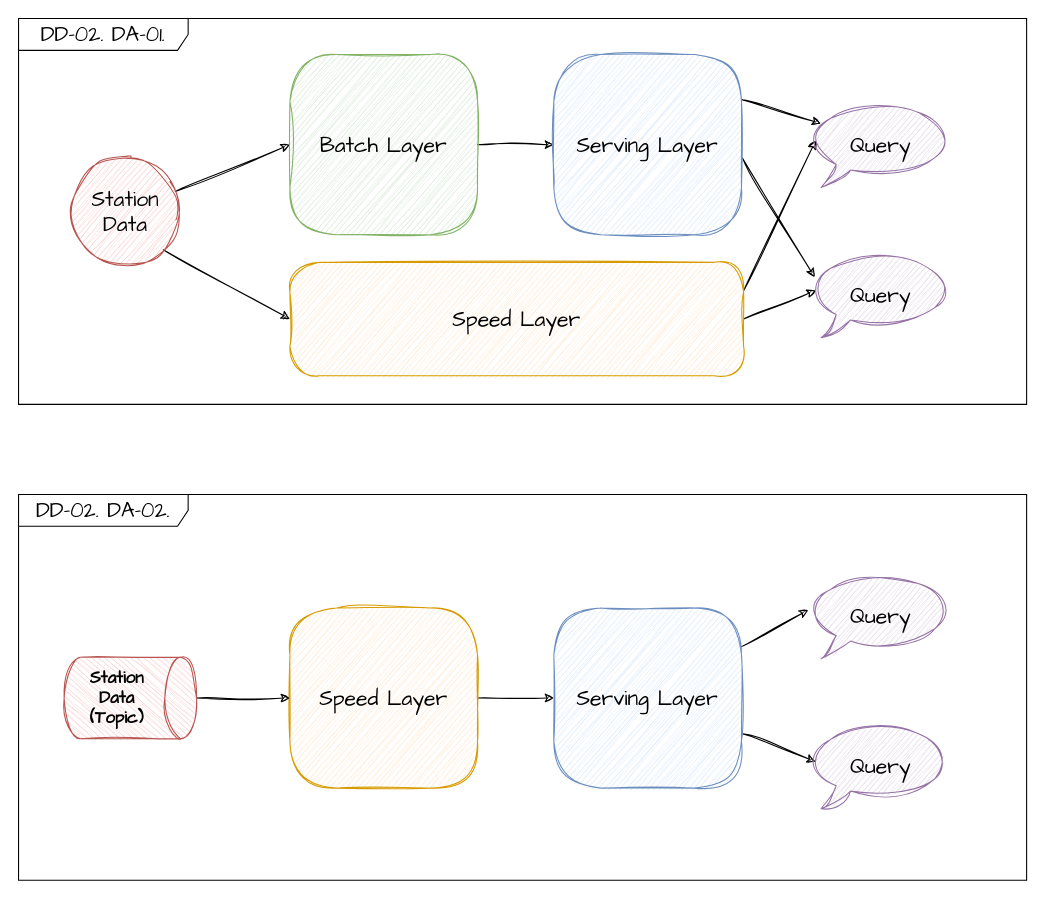
The draw.io diagram DD/DD-02.drawio in coldmu/aa_exam, before the edit. Source tidied: cells renumbered, new cells numbered last; positions are measured from the earlier drawing's top-left corner, leaving out a move shared by most shapes. Both pictures are drawn from the tidied source at 106%, with x=0, y=0 at pixel (18, 18).
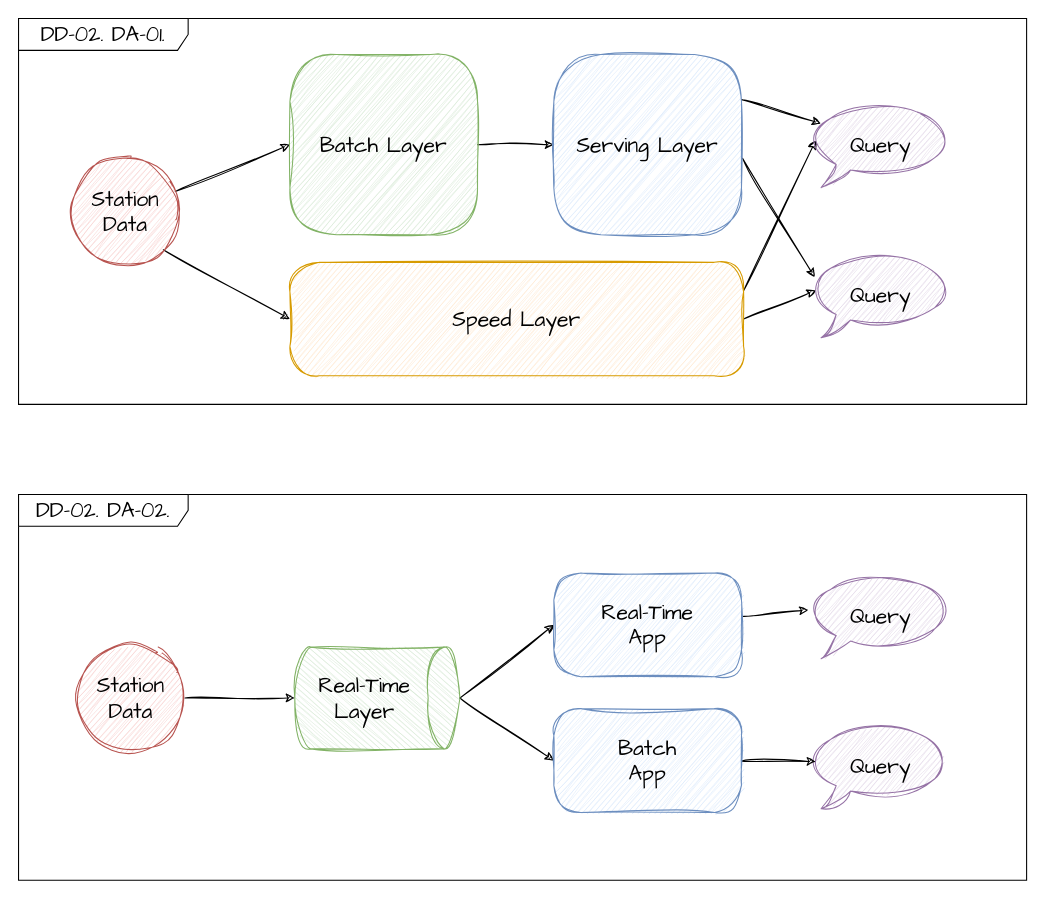
The same page after the edit.

The change refers to these unchanged cells:
```xml
<mxCell id="22" value="Query" style="whiteSpace=wrap;html=1;shape=mxgraph.basic.oval_callout;sketch=1;hachureGap=4;jiggle=2;curveFitting=1;fontFamily=Architects Daughter;fontSize=20;fillColor=#e1d5e7;strokeColor=#9673a6;" parent="1" vertex="1">
  <mxGeometry x="746" y="664.5" width="135" height="81" as="geometry" />
</mxCell>
```

Diff of the diagram source:
```diff
@@
-    <mxCell id="17" style="edgeStyle=none;shape=connector;rounded=0;sketch=1;hachureGap=4;jiggle=2;curveFitting=1;jettySize=auto;html=1;entryX=0;entryY=0.5;entryDx=0;entryDy=0;labelBackgroundColor=default;strokeColor=default;fontFamily=Architects Daughter;fontSize=16;fontColor=default;endArrow=classic;" parent="1" edge="1" source="18" target="21">
+    <mxCell id="17" style="edgeStyle=none;shape=connector;rounded=0;sketch=1;hachureGap=4;jiggle=2;curveFitting=1;jettySize=auto;html=1;entryX=0;entryY=0.5;entryDx=0;entryDy=0;labelBackgroundColor=default;strokeColor=default;fontFamily=Architects Daughter;fontSize=16;fontColor=default;endArrow=classic;exitX=0.5;exitY=0;exitDx=0;exitDy=0;exitPerimeter=0;" parent="1" edge="1" source="27" target="21">
       <mxGeometry relative="1" as="geometry" />
     </mxCell>
-    <mxCell id="18" value="Speed Layer" style="rounded=1;whiteSpace=wrap;html=1;sketch=1;hachureGap=4;jiggle=2;curveFitting=1;fontFamily=Architects Daughter;fontSize=20;arcSize=26;fillColor=#ffe6cc;strokeColor=#d79b00;" parent="1" vertex="1">
-      <mxGeometry x="256" y="556" width="177" height="170" as="geometry" />
-    </mxCell>
@@
-    <mxCell id="20" style="edgeStyle=none;shape=connector;rounded=0;sketch=1;hachureGap=4;jiggle=2;curveFitting=1;jettySize=auto;html=1;entryX=0.045;entryY=0.45;entryDx=0;entryDy=0;entryPerimeter=0;labelBackgroundColor=default;strokeColor=default;fontFamily=Architects Daughter;fontSize=16;fontColor=default;endArrow=classic;" parent="1" edge="1" source="21" target="22">
-      <mxGeometry relative="1" as="geometry" />
-    </mxCell>
-    <mxCell id="21" value="Serving Layer" style="rounded=1;whiteSpace=wrap;html=1;sketch=1;hachureGap=4;jiggle=2;curveFitting=1;fontFamily=Architects Daughter;fontSize=20;arcSize=26;fillColor=#dae8fc;strokeColor=#6c8ebf;" parent="1" vertex="1">
-      <mxGeometry x="505" y="556" width="177" height="170" as="geometry" />
+    <mxCell id="21" value="Real-Time&lt;br&gt;App" style="rounded=1;whiteSpace=wrap;html=1;sketch=1;hachureGap=4;jiggle=2;curveFitting=1;fontFamily=Architects Daughter;fontSize=20;arcSize=26;fillColor=#dae8fc;strokeColor=#6c8ebf;" parent="1" vertex="1">
+      <mxGeometry x="505" y="523" width="177" height="98" as="geometry" />
     </mxCell>
@@
-    <mxCell id="24" style="edgeStyle=none;shape=connector;rounded=0;sketch=1;hachureGap=4;jiggle=2;curveFitting=1;jettySize=auto;html=1;exitX=0.5;exitY=0;exitDx=0;exitDy=0;exitPerimeter=0;entryX=0;entryY=0.5;entryDx=0;entryDy=0;labelBackgroundColor=default;strokeColor=default;fontFamily=Architects Daughter;fontSize=16;fontColor=default;endArrow=classic;" parent="1" edge="1" source="25" target="18">
-      <mxGeometry relative="1" as="geometry" />
-    </mxCell>
-    <mxCell id="25" value="Station&lt;br&gt;Data&lt;br&gt;(Topic)" style="shape=cylinder3;whiteSpace=wrap;html=1;boundedLbl=1;backgroundOutline=1;size=15;sketch=1;hachureGap=4;jiggle=2;curveFitting=1;fontFamily=Architects Daughter;fontSize=16;direction=south;fillColor=#f8cecc;strokeColor=#b85450;fontStyle=1;" parent="1" vertex="1">
-      <mxGeometry x="43" y="602.5" width="125" height="77" as="geometry" />
-    </mxCell>
+    <mxCell id="26" style="edgeStyle=none;shape=connector;rounded=0;sketch=1;hachureGap=4;jiggle=2;curveFitting=1;jettySize=auto;html=1;exitX=0.5;exitY=0;exitDx=0;exitDy=0;exitPerimeter=0;entryX=0;entryY=0.5;entryDx=0;entryDy=0;labelBackgroundColor=default;strokeColor=default;fontFamily=Architects Daughter;fontSize=16;fontColor=default;endArrow=classic;" parent="1" edge="1" source="27" target="31">
+      <mxGeometry relative="1" as="geometry" />
+    </mxCell>
+    <mxCell id="27" value="Real-Time&lt;br style=&quot;font-size: 20px;&quot;&gt;Layer" style="shape=cylinder3;whiteSpace=wrap;html=1;boundedLbl=1;backgroundOutline=1;size=15;sketch=1;hachureGap=4;jiggle=2;curveFitting=1;fontFamily=Architects Daughter;fontSize=20;direction=south;fillColor=#d5e8d4;strokeColor=#82b366;fontStyle=0;" parent="1" vertex="1">
+      <mxGeometry x="260.6" y="593" width="155.8" height="96" as="geometry" />
+    </mxCell>
+    <mxCell id="28" style="edgeStyle=none;shape=connector;rounded=0;sketch=1;hachureGap=4;jiggle=2;curveFitting=1;jettySize=auto;html=1;entryX=0.5;entryY=1;entryDx=0;entryDy=0;entryPerimeter=0;labelBackgroundColor=default;strokeColor=default;fontFamily=Architects Daughter;fontSize=16;fontColor=default;endArrow=classic;" parent="1" edge="1" source="29" target="27">
+      <mxGeometry relative="1" as="geometry" />
+    </mxCell>
+    <mxCell id="29" value="Station&lt;br&gt;Data" style="ellipse;whiteSpace=wrap;html=1;sketch=1;hachureGap=4;jiggle=2;curveFitting=1;fontFamily=Architects Daughter;fontSize=20;fillColor=#f8cecc;strokeColor=#b85450;" parent="1" vertex="1">
+      <mxGeometry x="55" y="590" width="102" height="102" as="geometry" />
+    </mxCell>
+    <mxCell id="30" style="edgeStyle=none;shape=connector;rounded=0;sketch=1;hachureGap=4;jiggle=2;curveFitting=1;jettySize=auto;html=1;entryX=0.045;entryY=0.45;entryDx=0;entryDy=0;entryPerimeter=0;labelBackgroundColor=default;strokeColor=default;fontFamily=Architects Daughter;fontSize=16;fontColor=default;endArrow=classic;" parent="1" edge="1" source="31" target="22">
+      <mxGeometry relative="1" as="geometry" />
+    </mxCell>
+    <mxCell id="31" value="Batch&lt;br&gt;App" style="rounded=1;whiteSpace=wrap;html=1;sketch=1;hachureGap=4;jiggle=2;curveFitting=1;fontFamily=Architects Daughter;fontSize=20;arcSize=26;fillColor=#dae8fc;strokeColor=#6c8ebf;" parent="1" vertex="1">
+      <mxGeometry x="505" y="651" width="177" height="98" as="geometry" />
+    </mxCell>
```
